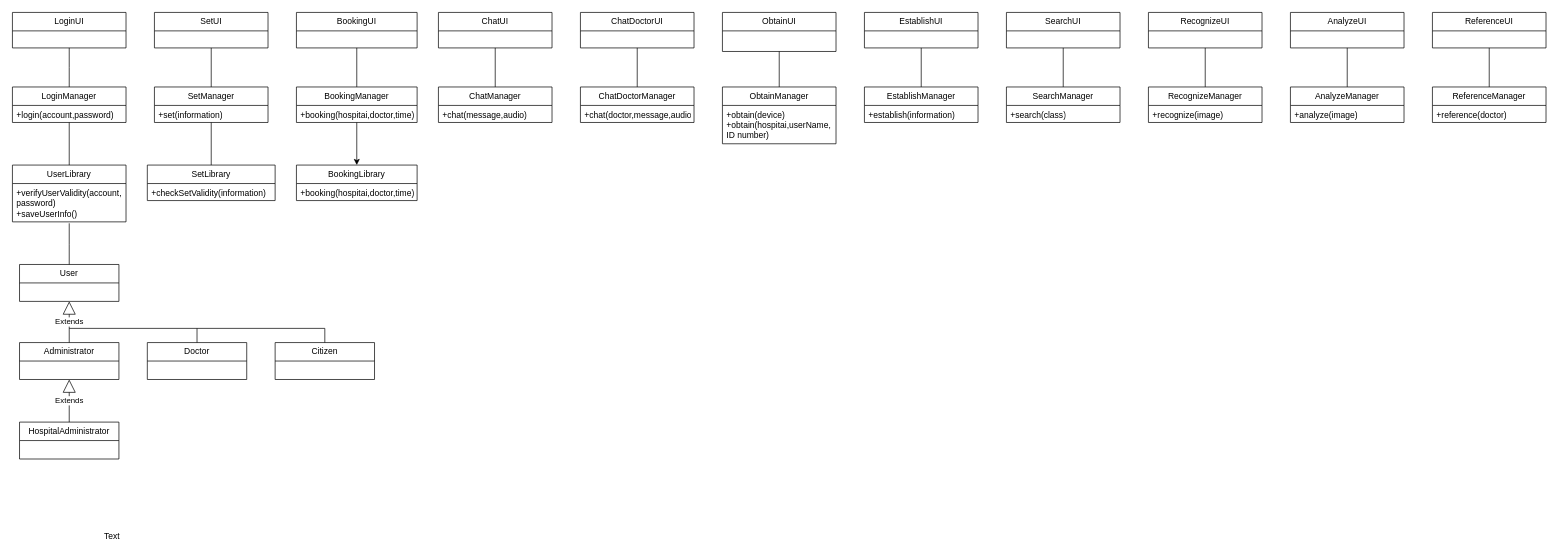
TBytej/gitskills keeps this draw.io diagram as page "第 1 页" (1 of 2) of 分析类图.drawio. Above is the earlier version. Source tidied: cells renumbered, new cells numbered last; positions are measured from the earlier drawing's top-left corner, leaving out a move shared by most shapes. Both pictures are drawn from the tidied source at 71%, with x=0, y=0 at pixel (12, 12).
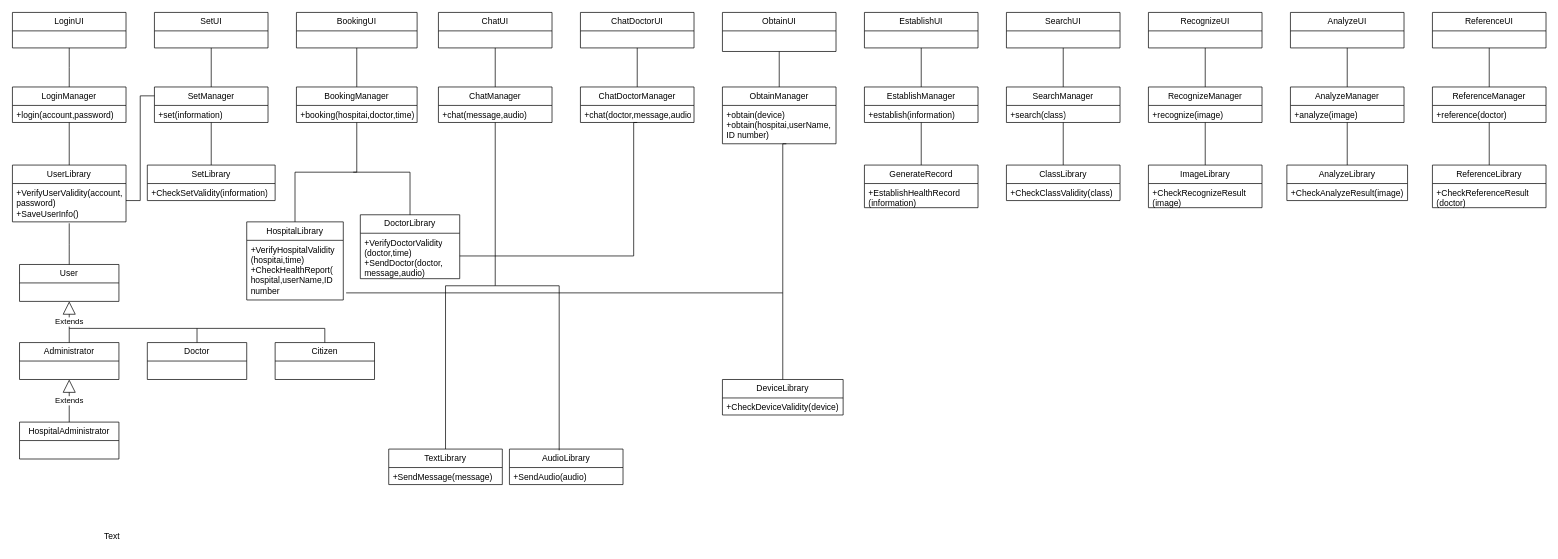
The same page after the edit.

Commit message:
更新分析类图.drawio

The change refers to these unchanged cells:
```xml
<mxCell id="19" value="UserLibrary" style="swimlane;fontStyle=0;horizontal=1;startSize=26;fillColor=none;whiteSpace=wrap;html=1;" parent="1" vertex="1">
  <mxGeometry y="215" width="160" height="80" as="geometry" />
</mxCell>
<mxCell id="48" value="SetManager" style="swimlane;fontStyle=0;horizontal=1;startSize=26;fillColor=none;whiteSpace=wrap;html=1;" parent="1" vertex="1">
  <mxGeometry x="200" y="105" width="160" height="50" as="geometry" />
</mxCell>
<mxCell id="51" value="BookingManager" style="swimlane;fontStyle=0;horizontal=1;startSize=26;fillColor=none;whiteSpace=wrap;html=1;" parent="1" vertex="1">
  <mxGeometry x="400" y="105" width="170" height="50" as="geometry" />
</mxCell>
<mxCell id="53" value="ChatManager" style="swimlane;fontStyle=0;horizontal=1;startSize=26;fillColor=none;whiteSpace=wrap;html=1;" parent="1" vertex="1">
  <mxGeometry x="600" y="105" width="160" height="50" as="geometry" />
</mxCell>
<mxCell id="56" value="+chat(doctor,message,audio)" style="text;strokeColor=none;fillColor=none;align=left;verticalAlign=top;spacingLeft=4;spacingRight=4;overflow=hidden;points=[[0,0.5],[1,0.5]];portConstraint=eastwest;whiteSpace=wrap;html=1;" parent="55" vertex="1">
  <mxGeometry y="26" width="160" height="24" as="geometry" />
</mxCell>
<mxCell id="59" value="EstablishManager" style="swimlane;fontStyle=0;horizontal=1;startSize=26;fillColor=none;whiteSpace=wrap;html=1;" parent="1" vertex="1">
  <mxGeometry x="1200" y="105" width="160" height="50" as="geometry" />
</mxCell>
<mxCell id="61" value="SearchManager" style="swimlane;fontStyle=0;horizontal=1;startSize=26;fillColor=none;whiteSpace=wrap;html=1;" parent="1" vertex="1">
  <mxGeometry x="1400" y="105" width="160" height="50" as="geometry" />
</mxCell>
<mxCell id="63" value="RecognizeManager" style="swimlane;fontStyle=0;horizontal=1;startSize=26;fillColor=none;whiteSpace=wrap;html=1;" parent="1" vertex="1">
  <mxGeometry x="1600" y="105" width="160" height="50" as="geometry" />
</mxCell>
<mxCell id="65" value="AnalyzeManager" style="swimlane;fontStyle=0;horizontal=1;startSize=26;fillColor=none;whiteSpace=wrap;html=1;" parent="1" vertex="1">
  <mxGeometry x="1800" y="105" width="160" height="50" as="geometry" />
</mxCell>
<mxCell id="67" value="ReferenceManager" style="swimlane;fontStyle=0;horizontal=1;startSize=26;fillColor=none;whiteSpace=wrap;html=1;" parent="1" vertex="1">
  <mxGeometry x="2000" y="105" width="160" height="50" as="geometry" />
</mxCell>
<mxCell id="69" value="SetLibrary" style="swimlane;fontStyle=0;horizontal=1;startSize=26;fillColor=none;whiteSpace=wrap;html=1;" parent="1" vertex="1">
  <mxGeometry x="190" y="215" width="180" height="50" as="geometry" />
</mxCell>
```

Change to the diagram source:
```diff
@@
-    <mxCell id="20" value="+verifyUserValidity(account,&lt;div&gt;password)&lt;/div&gt;&lt;div&gt;+saveUserInfo()&lt;/div&gt;" style="text;strokeColor=none;fillColor=none;align=left;verticalAlign=top;spacingLeft=4;spacingRight=4;overflow=hidden;whiteSpace=wrap;html=1;" parent="19" vertex="1">
+    <mxCell id="20" value="+VerifyUserValidity(account,&lt;div&gt;password)&lt;/div&gt;&lt;div&gt;+SaveUserInfo()&lt;/div&gt;" style="text;strokeColor=none;fillColor=none;align=left;verticalAlign=top;spacingLeft=4;spacingRight=4;overflow=hidden;whiteSpace=wrap;html=1;" parent="19" vertex="1">
       <mxGeometry y="26" width="160" height="54" as="geometry" />
     </mxCell>
@@
-    <mxCell id="50" style="edgeStyle=orthogonalEdgeStyle;rounded=0;jettySize=auto;html=1;" parent="1" edge="1" source="51" target="71">
+    <mxCell id="50" style="edgeStyle=orthogonalEdgeStyle;rounded=0;jettySize=auto;html=1;endArrow=none;endFill=0;" parent="1" edge="1" source="51" target="71">
       <mxGeometry relative="1" as="geometry" />
     </mxCell>
@@
+    <mxCell id="73" style="edgeStyle=orthogonalEdgeStyle;rounded=0;jettySize=auto;html=1;endArrow=none;endFill=0;" parent="1" edge="1" source="53" target="80">
+      <mxGeometry relative="1" as="geometry" />
+    </mxCell>
@@
+    <mxCell id="74" style="edgeStyle=orthogonalEdgeStyle;rounded=0;jettySize=auto;html=1;endArrow=none;endFill=0;" parent="1" edge="1" source="59" target="93">
+      <mxGeometry relative="1" as="geometry" />
+    </mxCell>
@@
+    <mxCell id="75" style="edgeStyle=orthogonalEdgeStyle;rounded=0;jettySize=auto;html=1;endArrow=none;endFill=0;" parent="1" edge="1" source="61" target="95">
+      <mxGeometry relative="1" as="geometry" />
+    </mxCell>
@@
+    <mxCell id="76" style="edgeStyle=orthogonalEdgeStyle;rounded=0;jettySize=auto;html=1;endArrow=none;endFill=0;" parent="1" edge="1" source="63" target="97">
+      <mxGeometry relative="1" as="geometry" />
+    </mxCell>
@@
+    <mxCell id="77" style="edgeStyle=orthogonalEdgeStyle;rounded=0;jettySize=auto;html=1;endArrow=none;endFill=0;" parent="1" edge="1" source="65" target="99">
+      <mxGeometry relative="1" as="geometry" />
+    </mxCell>
@@
+    <mxCell id="78" style="edgeStyle=orthogonalEdgeStyle;rounded=0;jettySize=auto;html=1;endArrow=none;endFill=0;" parent="1" edge="1" source="67" target="101">
+      <mxGeometry relative="1" as="geometry" />
+    </mxCell>
@@
+    <mxCell id="79" style="edgeStyle=elbowEdgeStyle;elbow=horizontal;endArrow=none;html=1;curved=0;rounded=0;endSize=8;startSize=8;entryX=0;entryY=0.25;entryDx=0;entryDy=0;endFill=0;" parent="69" edge="1" target="48">
+      <mxGeometry relative="1" as="geometry">
+        <mxPoint x="-30" y="50" as="sourcePoint" />
+      </mxGeometry>
+    </mxCell>
-    <mxCell id="70" value="+checkSetValidity(information)" style="text;strokeColor=none;fillColor=none;align=left;verticalAlign=top;spacingLeft=4;spacingRight=4;overflow=hidden;whiteSpace=wrap;html=1;" parent="69" vertex="1">
+    <mxCell id="70" value="+CheckSetValidity(information)" style="text;strokeColor=none;fillColor=none;align=left;verticalAlign=top;spacingLeft=4;spacingRight=4;overflow=hidden;whiteSpace=wrap;html=1;" parent="69" vertex="1">
       <mxGeometry y="26" width="180" height="24" as="geometry" />
     </mxCell>
-    <mxCell id="71" value="BookingLibrary" style="swimlane;fontStyle=0;horizontal=1;startSize=26;fillColor=none;whiteSpace=wrap;html=1;" parent="1" vertex="1">
-      <mxGeometry x="400" y="215" width="170" height="50" as="geometry" />
+    <mxCell id="71" value="HospitalLibrary" style="swimlane;fontStyle=0;horizontal=1;startSize=26;fillColor=none;whiteSpace=wrap;html=1;" parent="1" vertex="1">
+      <mxGeometry x="330" y="295" width="136" height="110" as="geometry" />
     </mxCell>
-    <mxCell id="72" value="+booking(hospitai,doctor,time)" style="text;strokeColor=none;fillColor=none;align=left;verticalAlign=top;spacingLeft=4;spacingRight=4;overflow=hidden;whiteSpace=wrap;html=1;" parent="71" vertex="1">
-      <mxGeometry y="26" width="170" height="24" as="geometry" />
+    <mxCell id="72" value="+VerifyHospitalValidity&lt;div&gt;(hospitai,time)&lt;/div&gt;&lt;div&gt;+CheckHealthReport(&lt;/div&gt;&lt;div&gt;hospital,userName,ID&amp;nbsp;&lt;/div&gt;&lt;div&gt;number&lt;/div&gt;" style="text;strokeColor=none;fillColor=none;align=left;verticalAlign=top;spacingLeft=4;spacingRight=4;overflow=hidden;whiteSpace=wrap;html=1;" parent="71" vertex="1">
+      <mxGeometry y="26" width="136" height="84" as="geometry" />
     </mxCell>
+    <mxCell id="80" value="TextLibrary" style="swimlane;fontStyle=0;horizontal=1;startSize=26;fillColor=none;whiteSpace=wrap;html=1;" parent="1" vertex="1">
+      <mxGeometry x="530" y="615" width="160" height="50" as="geometry" />
+    </mxCell>
+    <mxCell id="81" value="+SendMessage(message)" style="text;strokeColor=none;fillColor=none;align=left;verticalAlign=top;spacingLeft=4;spacingRight=4;overflow=hidden;whiteSpace=wrap;html=1;" parent="80" vertex="1">
+      <mxGeometry y="26" width="160" height="24" as="geometry" />
+    </mxCell>
+    <mxCell id="82" value="AudioLibrary" style="swimlane;fontStyle=0;horizontal=1;startSize=26;fillColor=none;whiteSpace=wrap;html=1;" parent="1" vertex="1">
+      <mxGeometry x="700" y="615" width="160" height="50" as="geometry" />
+    </mxCell>
+    <mxCell id="83" value="+SendAudio(audio)" style="text;strokeColor=none;fillColor=none;align=left;verticalAlign=top;spacingLeft=4;spacingRight=4;overflow=hidden;whiteSpace=wrap;html=1;" parent="82" vertex="1">
+      <mxGeometry y="26" width="160" height="24" as="geometry" />
+    </mxCell>
+    <mxCell id="84" style="edgeStyle=segmentEdgeStyle;endArrow=none;html=1;curved=0;rounded=0;endSize=8;startSize=8;entryX=0.438;entryY=0.036;entryDx=0;entryDy=0;entryPerimeter=0;endFill=0;" parent="1" edge="1" target="82">
+      <mxGeometry relative="1" as="geometry">
+        <mxPoint x="680" y="385" as="sourcePoint" />
+      </mxGeometry>
+    </mxCell>
+    <mxCell id="85" value="DoctorLibrary" style="swimlane;fontStyle=0;horizontal=1;startSize=26;fillColor=none;whiteSpace=wrap;html=1;" parent="1" vertex="1">
+      <mxGeometry x="490" y="285" width="140" height="90" as="geometry" />
+    </mxCell>
+    <mxCell id="86" value="+VerifyDoctorValidity&lt;div&gt;(doctor,time)&lt;/div&gt;&lt;div&gt;+SendDoctor&lt;span style=&quot;background-color: initial;&quot;&gt;(doctor,&lt;/span&gt;&lt;/div&gt;&lt;div&gt;&lt;span style=&quot;background-color: initial;&quot;&gt;message,audio)&lt;/span&gt;&lt;/div&gt;" style="text;strokeColor=none;fillColor=none;align=left;verticalAlign=top;spacingLeft=4;spacingRight=4;overflow=hidden;points=[[0,0.5],[1,0.5]];portConstraint=eastwest;whiteSpace=wrap;html=1;" parent="85" vertex="1">
+      <mxGeometry y="26" width="140" height="64" as="geometry" />
+    </mxCell>
+    <mxCell id="87" style="edgeStyle=segmentEdgeStyle;endArrow=none;html=1;curved=0;rounded=0;endSize=8;startSize=8;entryX=0.5;entryY=0;entryDx=0;entryDy=0;endFill=0;" parent="1" edge="1" target="85">
+      <mxGeometry relative="1" as="geometry">
+        <mxPoint x="480" y="225" as="sourcePoint" />
+      </mxGeometry>
+    </mxCell>
+    <mxCell id="88" style="edgeStyle=elbowEdgeStyle;elbow=horizontal;endArrow=none;html=1;curved=0;rounded=0;endSize=8;startSize=8;exitX=0.5;exitY=1;exitDx=0;exitDy=0;exitPerimeter=0;endFill=0;" parent="1" edge="1" source="56" target="86">
+      <mxGeometry relative="1" as="geometry">
+        <Array as="points">
+          <mxPoint x="875" y="255" />
+        </Array>
+      </mxGeometry>
+    </mxCell>
+    <mxCell id="89" style="edgeStyle=elbowEdgeStyle;elbow=horizontal;endArrow=none;html=1;curved=0;rounded=0;endSize=8;startSize=8;exitX=0.5;exitY=1;exitDx=0;exitDy=0;exitPerimeter=0;endFill=0;" parent="1" edge="1">
+      <mxGeometry relative="1" as="geometry">
+        <mxPoint x="1090" y="185" as="sourcePoint" />
+        <mxPoint x="470" y="395" as="targetPoint" />
+        <Array as="points">
+          <mxPoint x="1085" y="285" />
+        </Array>
+      </mxGeometry>
+    </mxCell>
+    <mxCell id="90" value="DeviceLibrary" style="swimlane;fontStyle=0;horizontal=1;startSize=26;fillColor=none;whiteSpace=wrap;html=1;" parent="1" vertex="1">
+      <mxGeometry x="1000" y="517" width="170" height="50" as="geometry" />
+    </mxCell>
+    <mxCell id="91" value="+CheckDeviceValidity(device)" style="text;strokeColor=none;fillColor=none;align=left;verticalAlign=top;spacingLeft=4;spacingRight=4;overflow=hidden;whiteSpace=wrap;html=1;" parent="90" vertex="1">
+      <mxGeometry y="26" width="170" height="24" as="geometry" />
+    </mxCell>
+    <mxCell id="92" style="edgeStyle=segmentEdgeStyle;endArrow=none;html=1;curved=0;rounded=0;endSize=8;startSize=8;entryX=0.5;entryY=0;entryDx=0;entryDy=0;endFill=0;" parent="1" edge="1" target="90">
+      <mxGeometry relative="1" as="geometry">
+        <mxPoint x="1085" y="395" as="sourcePoint" />
+      </mxGeometry>
+    </mxCell>
+    <mxCell id="93" value="GenerateRecord" style="swimlane;fontStyle=0;horizontal=1;startSize=26;fillColor=none;whiteSpace=wrap;html=1;" parent="1" vertex="1">
+      <mxGeometry x="1200" y="215" width="160" height="60" as="geometry" />
+    </mxCell>
+    <mxCell id="94" value="+EstablishHealthRecord&lt;div&gt;(information)&lt;/div&gt;" style="text;strokeColor=none;fillColor=none;align=left;verticalAlign=top;spacingLeft=4;spacingRight=4;overflow=hidden;whiteSpace=wrap;html=1;" parent="93" vertex="1">
+      <mxGeometry y="26" width="160" height="34" as="geometry" />
+    </mxCell>
+    <mxCell id="95" value="ClassLibrary" style="swimlane;fontStyle=0;horizontal=1;startSize=26;fillColor=none;whiteSpace=wrap;html=1;" parent="1" vertex="1">
+      <mxGeometry x="1400" y="215" width="160" height="50" as="geometry" />
+    </mxCell>
+    <mxCell id="96" value="+CheckClassValidity(class)" style="text;strokeColor=none;fillColor=none;align=left;verticalAlign=top;spacingLeft=4;spacingRight=4;overflow=hidden;whiteSpace=wrap;html=1;" parent="95" vertex="1">
+      <mxGeometry y="26" width="160" height="24" as="geometry" />
+    </mxCell>
+    <mxCell id="97" value="ImageLibrary" style="swimlane;fontStyle=0;horizontal=1;startSize=26;fillColor=none;whiteSpace=wrap;html=1;" parent="1" vertex="1">
+      <mxGeometry x="1600" y="215" width="160" height="60" as="geometry" />
+    </mxCell>
+    <mxCell id="98" value="+CheckRecognizeResult&lt;div&gt;(image)&lt;/div&gt;" style="text;strokeColor=none;fillColor=none;align=left;verticalAlign=top;spacingLeft=4;spacingRight=4;overflow=hidden;whiteSpace=wrap;html=1;" parent="97" vertex="1">
+      <mxGeometry y="26" width="160" height="34" as="geometry" />
+    </mxCell>
+    <mxCell id="99" value="AnalyzeLibrary" style="swimlane;fontStyle=0;horizontal=1;startSize=26;fillColor=none;whiteSpace=wrap;html=1;" parent="1" vertex="1">
+      <mxGeometry x="1795" y="215" width="170" height="50" as="geometry" />
+    </mxCell>
+    <mxCell id="100" value="+CheckAnalyzeResult(image)" style="text;strokeColor=none;fillColor=none;align=left;verticalAlign=top;spacingLeft=4;spacingRight=4;overflow=hidden;whiteSpace=wrap;html=1;" parent="99" vertex="1">
+      <mxGeometry y="26" width="170" height="24" as="geometry" />
+    </mxCell>
+    <mxCell id="101" value="ReferenceLibrary" style="swimlane;fontStyle=0;horizontal=1;startSize=26;fillColor=none;whiteSpace=wrap;html=1;" parent="1" vertex="1">
+      <mxGeometry x="2000" y="215" width="160" height="60" as="geometry" />
+    </mxCell>
+    <mxCell id="102" value="+CheckReferenceResult&lt;div&gt;(doctor)&lt;/div&gt;" style="text;strokeColor=none;fillColor=none;align=left;verticalAlign=top;spacingLeft=4;spacingRight=4;overflow=hidden;whiteSpace=wrap;html=1;" parent="101" vertex="1">
+      <mxGeometry y="26" width="160" height="34" as="geometry" />
+    </mxCell>
```
